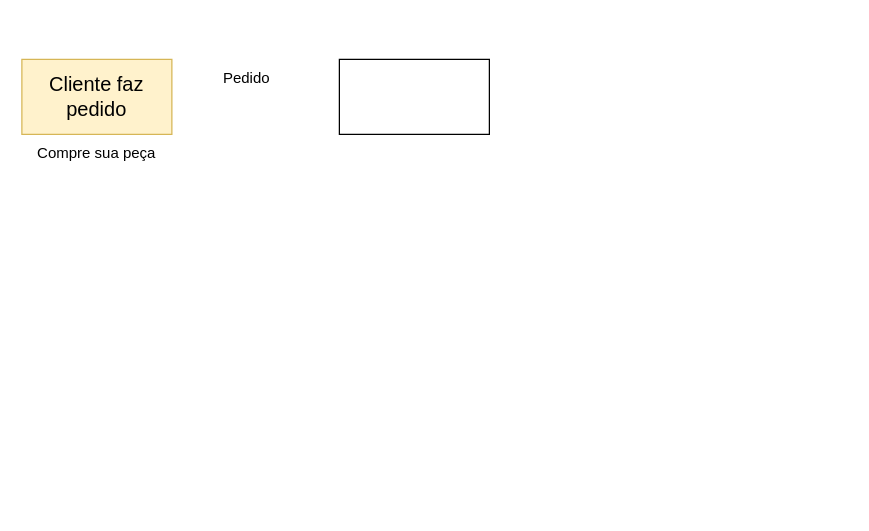
This is magum.drawio from GustavoOliveira11/flowcharts, a draw.io file, before an edit. Source tidied: cells renumbered, new cells numbered last; positions are measured from the earlier drawing's top-left corner, leaving out a move shared by most shapes. Both pictures are drawn from the tidied source at 125%, with x=0, y=0 at pixel (21, 59).
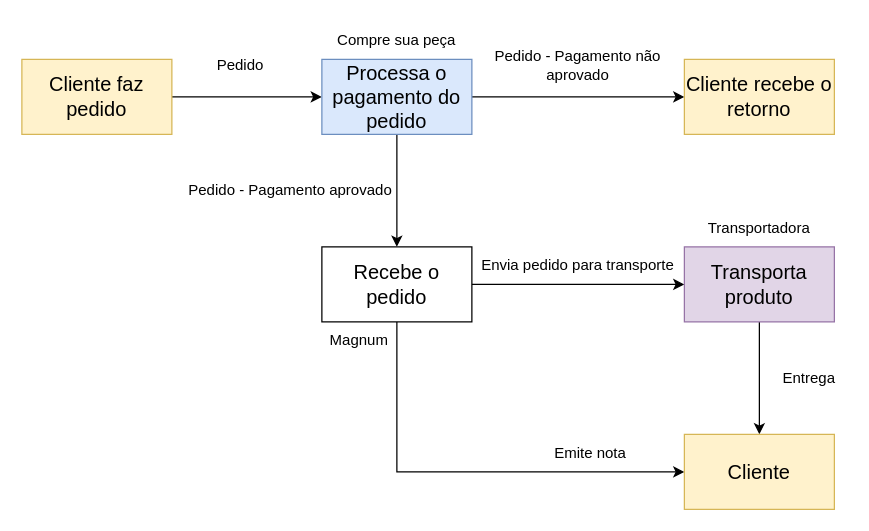
The same page after the edit.

The change refers to these unchanged cells:
```xml
<mxCell id="2" value="Cliente faz pedido" style="rounded=0;whiteSpace=wrap;html=1;fillColor=#fff2cc;strokeColor=#d6b656;fontSize=16;" parent="1" vertex="1">
  <mxGeometry width="120" height="60" as="geometry" />
</mxCell>
```

The edit, as a diff of the source:
```diff
@@
+    <mxCell id="6" style="edgeStyle=orthogonalEdgeStyle;rounded=0;jettySize=auto;html=1;entryX=0;entryY=0.5;entryDx=0;entryDy=0;" parent="1" edge="1" source="2" target="9">
+      <mxGeometry relative="1" as="geometry" />
+    </mxCell>
@@
+    <mxCell id="7" style="edgeStyle=orthogonalEdgeStyle;rounded=0;jettySize=auto;html=1;entryX=0.5;entryY=0;entryDx=0;entryDy=0;" parent="1" edge="1" source="9" target="12">
+      <mxGeometry relative="1" as="geometry" />
+    </mxCell>
+    <mxCell id="8" style="edgeStyle=orthogonalEdgeStyle;rounded=0;jettySize=auto;html=1;entryX=0;entryY=0.5;entryDx=0;entryDy=0;" parent="1" edge="1" source="9" target="22">
+      <mxGeometry relative="1" as="geometry" />
+    </mxCell>
+    <mxCell id="9" value="Processa o pagamento do pedido" style="rounded=0;whiteSpace=wrap;html=1;fillColor=#dae8fc;strokeColor=#6c8ebf;fontSize=16;" parent="1" vertex="1">
+      <mxGeometry x="240" width="120" height="60" as="geometry" />
+    </mxCell>
     <mxCell id="3" value="Compre sua peça" style="text;html=1;align=center;verticalAlign=middle;whiteSpace=wrap;rounded=0;" parent="1" vertex="1">
-      <mxGeometry y="60" width="120" height="30" as="geometry" />
+      <mxGeometry x="240" y="-30" width="120" height="30" as="geometry" />
     </mxCell>
-    <mxCell id="4" style="rounded=0;whiteSpace=wrap;html=1;" parent="1" vertex="1">
-      <mxGeometry x="254" width="120" height="60" as="geometry" />
-    </mxCell>
     <mxCell id="5" value="Pedido" style="text;html=1;align=center;verticalAlign=middle;whiteSpace=wrap;rounded=0;" parent="1" vertex="1">
-      <mxGeometry x="150" width="60" height="30" as="geometry" />
+      <mxGeometry x="120" y="-10" width="110" height="30" as="geometry" />
     </mxCell>
+    <mxCell id="10" style="edgeStyle=orthogonalEdgeStyle;rounded=0;jettySize=auto;html=1;entryX=0;entryY=0.5;entryDx=0;entryDy=0;" parent="1" edge="1" source="12" target="16">
+      <mxGeometry relative="1" as="geometry" />
+    </mxCell>
+    <mxCell id="11" style="edgeStyle=orthogonalEdgeStyle;rounded=0;jettySize=auto;html=1;entryX=0;entryY=0.5;entryDx=0;entryDy=0;" parent="1" edge="1" source="12" target="19">
+      <mxGeometry relative="1" as="geometry">
+        <Array as="points">
+          <mxPoint x="300" y="330" />
+        </Array>
+      </mxGeometry>
+    </mxCell>
+    <mxCell id="12" value="Recebe o pedido" style="rounded=0;whiteSpace=wrap;html=1;fontSize=16;" parent="1" vertex="1">
+      <mxGeometry x="240" y="150" width="120" height="60" as="geometry" />
+    </mxCell>
+    <mxCell id="13" value="Magnum" style="text;html=1;align=center;verticalAlign=middle;whiteSpace=wrap;rounded=0;" parent="1" vertex="1">
+      <mxGeometry x="240" y="210" width="60" height="30" as="geometry" />
+    </mxCell>
+    <mxCell id="14" value="Pedido - Pagamento aprovado" style="text;html=1;align=center;verticalAlign=middle;whiteSpace=wrap;rounded=0;" parent="1" vertex="1">
+      <mxGeometry x="130" y="90" width="170" height="30" as="geometry" />
+    </mxCell>
+    <mxCell id="15" style="edgeStyle=orthogonalEdgeStyle;rounded=0;jettySize=auto;html=1;entryX=0.5;entryY=0;entryDx=0;entryDy=0;" parent="1" edge="1" source="16" target="19">
+      <mxGeometry relative="1" as="geometry" />
+    </mxCell>
+    <mxCell id="16" value="Transporta produto" style="rounded=0;whiteSpace=wrap;html=1;fillColor=#e1d5e7;strokeColor=#9673a6;fontSize=16;" parent="1" vertex="1">
+      <mxGeometry x="530" y="150" width="120" height="60" as="geometry" />
+    </mxCell>
+    <mxCell id="17" value="Envia pedido para transporte" style="text;html=1;align=center;verticalAlign=middle;whiteSpace=wrap;rounded=0;" parent="1" vertex="1">
+      <mxGeometry x="360" y="150" width="170" height="30" as="geometry" />
+    </mxCell>
+    <mxCell id="18" value="Transportadora" style="text;html=1;align=center;verticalAlign=middle;whiteSpace=wrap;rounded=0;" parent="1" vertex="1">
+      <mxGeometry x="530" y="120" width="120" height="30" as="geometry" />
+    </mxCell>
+    <mxCell id="19" value="Cliente" style="rounded=0;whiteSpace=wrap;html=1;fillColor=#fff2cc;strokeColor=#d6b656;fontSize=16;" parent="1" vertex="1">
+      <mxGeometry x="530" y="300" width="120" height="60" as="geometry" />
+    </mxCell>
+    <mxCell id="20" value="Emite nota" style="text;html=1;align=center;verticalAlign=middle;whiteSpace=wrap;rounded=0;" parent="1" vertex="1">
+      <mxGeometry x="425" y="300" width="60" height="30" as="geometry" />
+    </mxCell>
+    <mxCell id="21" value="Entrega" style="text;html=1;align=center;verticalAlign=middle;whiteSpace=wrap;rounded=0;" parent="1" vertex="1">
+      <mxGeometry x="600" y="240" width="60" height="30" as="geometry" />
+    </mxCell>
+    <mxCell id="22" value="Cliente recebe o retorno" style="rounded=0;whiteSpace=wrap;html=1;fillColor=#fff2cc;strokeColor=#d6b656;fontSize=16;" parent="1" vertex="1">
+      <mxGeometry x="530" width="120" height="60" as="geometry" />
+    </mxCell>
+    <mxCell id="23" value="Pedido - Pagamento não aprovado" style="text;html=1;align=center;verticalAlign=middle;whiteSpace=wrap;rounded=0;" parent="1" vertex="1">
+      <mxGeometry x="360" y="-10" width="170" height="30" as="geometry" />
+    </mxCell>
```
